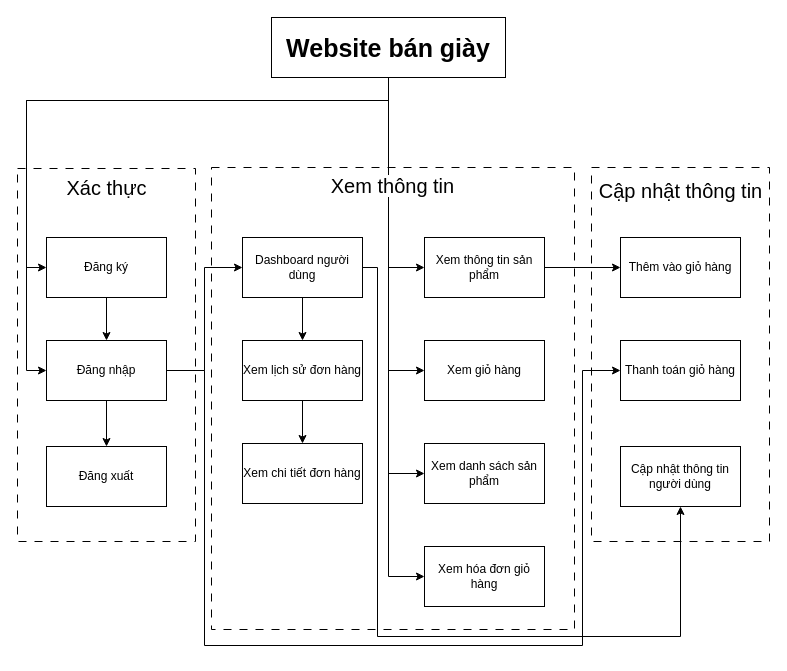
Before: zzz.drawio in ippapi/new_code, a draw.io diagram. Source tidied: cells renumbered, new cells numbered last; positions are measured from the earlier drawing's top-left corner, leaving out a move shared by most shapes. Both pictures are drawn from the tidied source at 100%, with x=0, y=0 at pixel (17, 17).
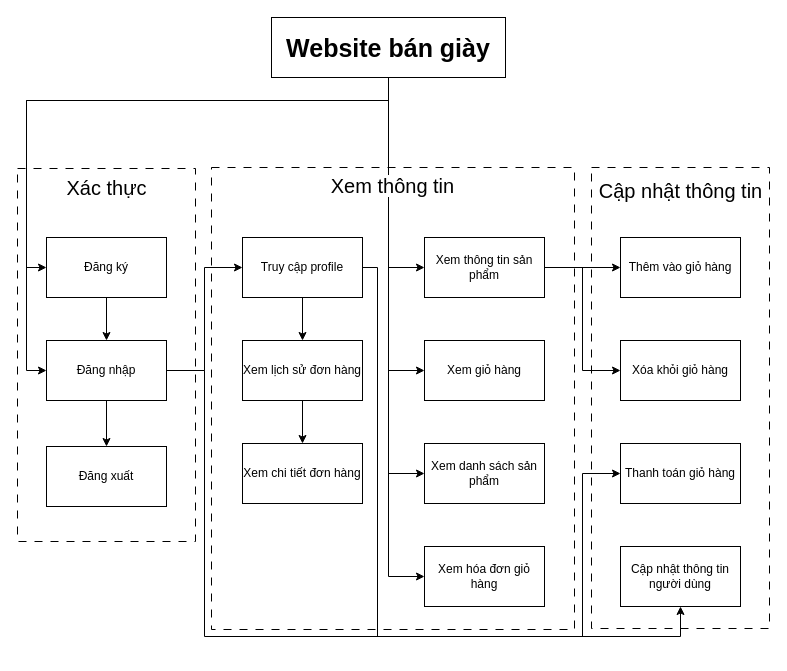
Above is the later version.

The change refers to these unchanged cells:
```xml
<mxCell id="15" value="Đăng nhập" style="rounded=0;whiteSpace=wrap;html=1;" parent="1" vertex="1">
  <mxGeometry x="29" y="323" width="120" height="60" as="geometry" />
</mxCell>
<mxCell id="19" value="Xem thông tin sản phẩm" style="rounded=0;whiteSpace=wrap;html=1;" parent="1" vertex="1">
  <mxGeometry x="407" y="220" width="120" height="60" as="geometry" />
</mxCell>
```

What changed in the source:
```diff
@@
     <mxCell id="2" style="rounded=0;whiteSpace=wrap;html=1;dashed=1;dashPattern=8 8;" parent="1" vertex="1">
-      <mxGeometry x="574" y="150" width="178" height="374" as="geometry" />
+      <mxGeometry x="574" y="150" width="178" height="461" as="geometry" />
     </mxCell>
@@
     <mxCell id="14" style="edgeStyle=orthogonalEdgeStyle;rounded=0;jettySize=auto;html=1;entryX=0;entryY=0.5;entryDx=0;entryDy=0;" parent="1" edge="1" source="15" target="25">
       <mxGeometry relative="1" as="geometry">
         <Array as="points">
           <mxPoint x="187" y="353" />
-          <mxPoint x="187" y="628" />
-          <mxPoint x="565" y="628" />
-          <mxPoint x="565" y="353" />
+          <mxPoint x="187" y="619" />
+          <mxPoint x="565" y="619" />
+          <mxPoint x="565" y="456" />
         </Array>
       </mxGeometry>
     </mxCell>
@@
+    <mxCell id="36" style="edgeStyle=orthogonalEdgeStyle;rounded=0;jettySize=auto;html=1;entryX=0;entryY=0.5;entryDx=0;entryDy=0;" parent="1" edge="1" source="19" target="37">
+      <mxGeometry relative="1" as="geometry" />
+    </mxCell>
@@
-    <mxCell id="23" value="Dashboard người dùng" style="rounded=0;whiteSpace=wrap;html=1;" parent="1" vertex="1">
+    <mxCell id="23" value="Truy cập profile" style="rounded=0;whiteSpace=wrap;html=1;" parent="1" vertex="1">
       <mxGeometry x="225" y="220" width="120" height="60" as="geometry" />
     </mxCell>
     <mxCell id="24" value="Cập nhật thông tin người dùng" style="rounded=0;whiteSpace=wrap;html=1;" parent="1" vertex="1">
-      <mxGeometry x="603" y="429" width="120" height="60" as="geometry" />
+      <mxGeometry x="603" y="529" width="120" height="60" as="geometry" />
     </mxCell>
     <mxCell id="25" value="Thanh toán giỏ hàng" style="rounded=0;whiteSpace=wrap;html=1;" parent="1" vertex="1">
-      <mxGeometry x="603" y="323" width="120" height="60" as="geometry" />
+      <mxGeometry x="603" y="426" width="120" height="60" as="geometry" />
     </mxCell>
@@
+    <mxCell id="37" value="Xóa khỏi giỏ hàng" style="rounded=0;whiteSpace=wrap;html=1;" parent="1" vertex="1">
+      <mxGeometry x="603" y="323" width="120" height="60" as="geometry" />
+    </mxCell>
```
